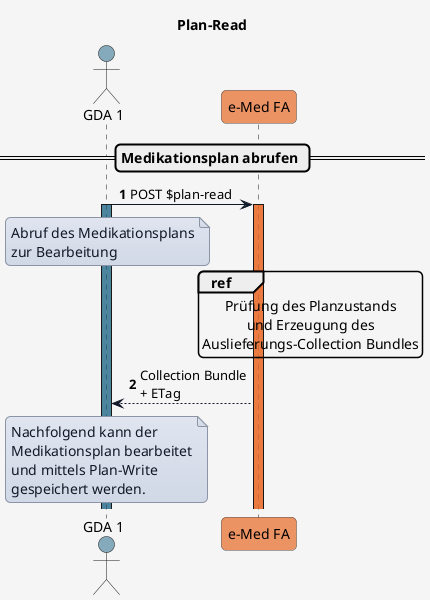
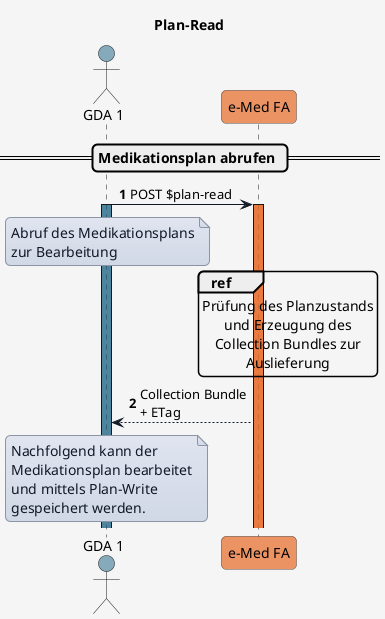
@startuml
title Plan-Read

'skinparam actorStyle awesome

skinparam borderColor #000000
skinparam backgroundColor #f5f5f5
skinparam shadowing false
skinparam roundCorner 10
skinparam defaultFontName "Arial"
skinparam defaultFontSize 14
skinparam defaultFontColor #000000
skinparam HyperlinkColor #0000EE
skinparam HyperlinkUnderline false
skinparam BoxPadding 20
skinparam BoxBorderColor #555555

skinparam note {
  BackgroundColor #e0e5f0-#d1d9e6
  BorderColor #8b95a5
  BorderThickness 1
  RoundCorner 0
  Padding 6
  FontColor #111827
  Shadowing false
}

skinparam sequence {
  ParticipantBorderColor #555555
  ParticipantBackgroundColor #ffffff
  ParticipantFontColor #000000
  ParticipantFontSize 14
  ParticipantPadding 20
  ArrowColor #111827
  ArrowThickness 1
  ArrowFontColor #000000
  ArrowFontSize 13
  GroupBorderColor #111827
  GroupBackgroundColor #eef2ff
  GroupBorderThickness 2
}

!define COLOR_GDA_1    #15608280
!define COLOR_GDA_2    #96607D80
!define COLOR_PATIENT  #196B2480
!define COLOR_APO      #0F9ED590
!define COLOR_EMED_FA  #e97232bd
!define COLOR_E_REZEPT #cd3732a9

!define COLOR_OK       #0F9ED525
!define COLOR_ERROR    #E9713235

actor GDA_1 as "GDA 1" COLOR_GDA_1
participant eMed_FA as "e-Med FA" COLOR_EMED_FA


autonumber


== Medikationsplan abrufen ==

GDA_1 -> eMed_FA: POST $plan-read
activate GDA_1 COLOR_GDA_1

note over GDA_1
Abruf des Medikationsplans
zur Bearbeitung
end note

activate eMed_FA COLOR_EMED_FA

ref over eMed_FA
Prüfung des Planzustands
und Erzeugung des
- Auslieferungs-Collection Bundles
+ Collection Bundles zur
+ Auslieferung
end ref

eMed_FA --> GDA_1: Collection Bundle\n+ ETag

note over GDA_1
Nachfolgend kann der
Medikationsplan bearbeitet
und mittels Plan-Write
gespeichert werden.
end note



@enduml